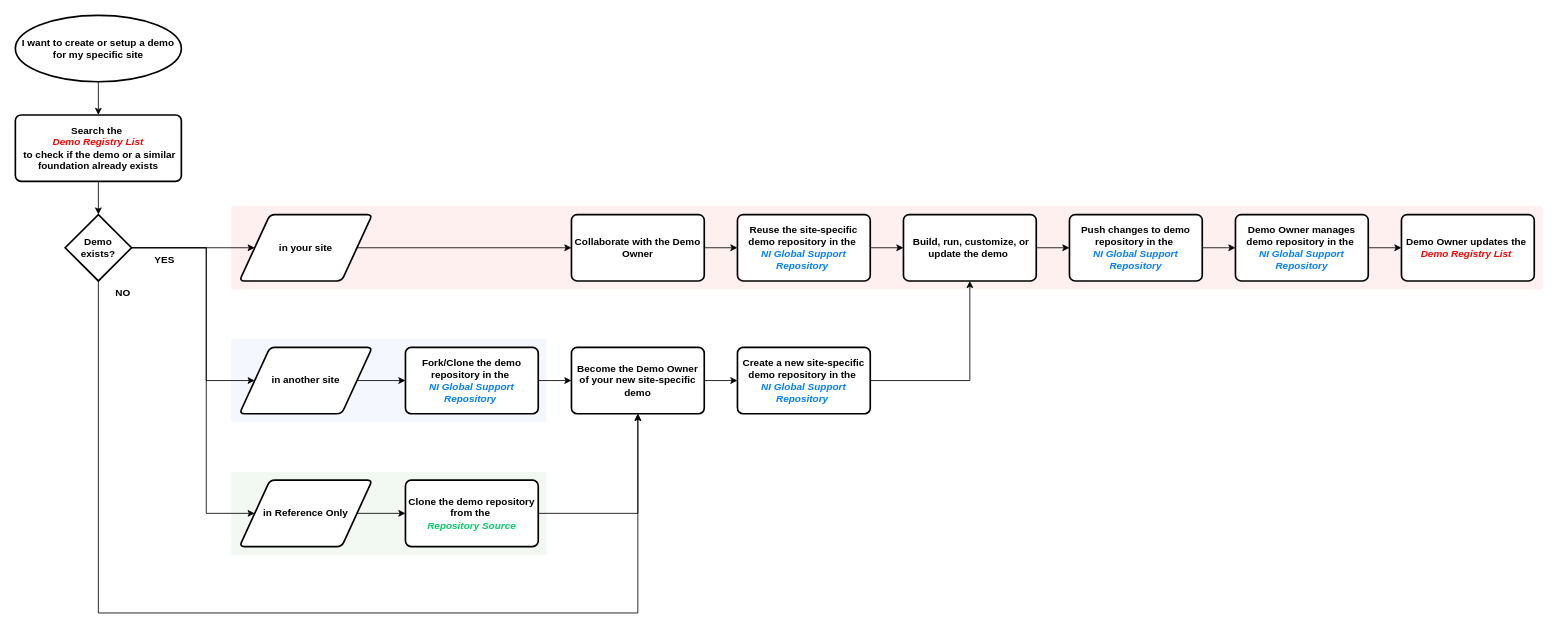
This is demo_standardization_workflow-2.drawio from ktlim-xy/draw-io, a draw.io file, before an edit. Source tidied: cells renumbered, new cells numbered last; positions are measured from the earlier drawing's top-left corner, leaving out a move shared by most shapes. Both pictures are drawn from the tidied source at 83%, with x=0, y=0 at pixel (15, 15).
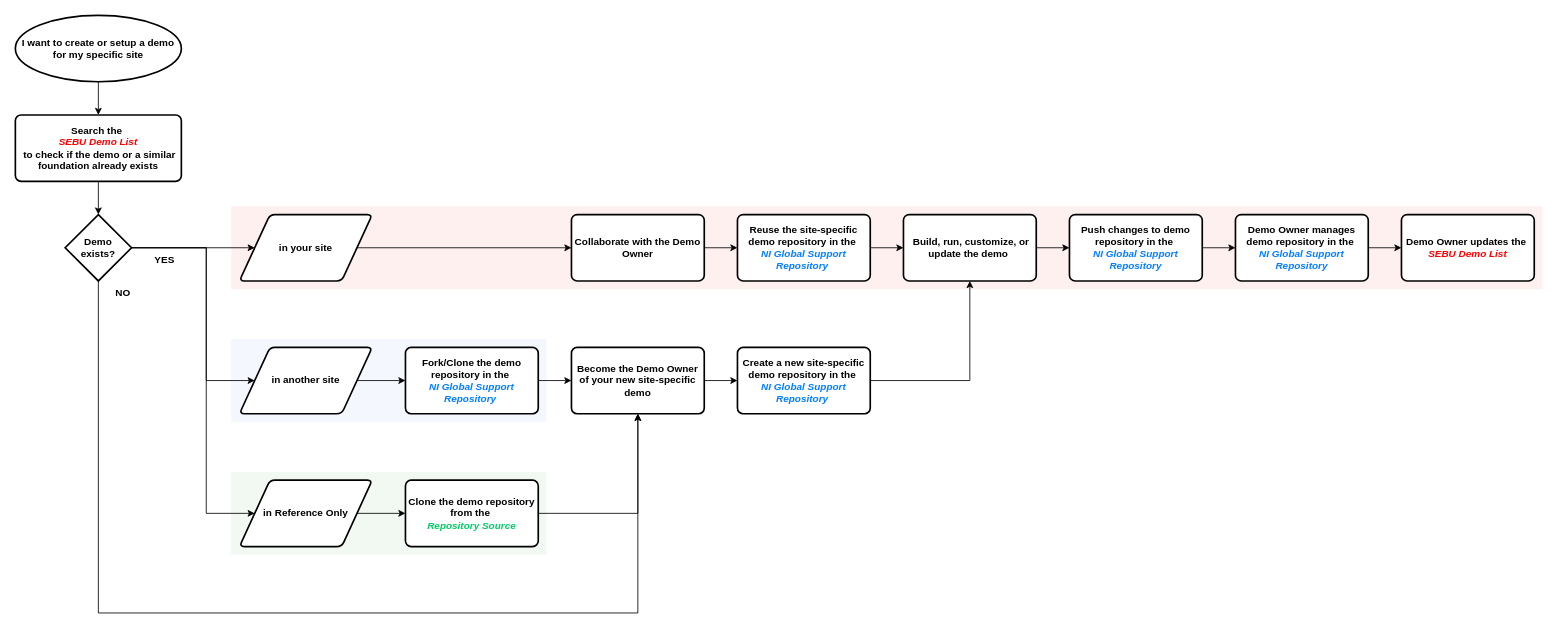
Above is the later version.

What changed in the source:
```diff
@@
-    <mxCell id="7" value="&lt;font&gt;&lt;b&gt;Search the&amp;nbsp;&lt;/b&gt;&lt;/font&gt;&lt;div&gt;&lt;i&gt;&lt;b&gt;&lt;font style=&quot;color: rgb(255, 0, 0);&quot;&gt;Demo Registry List&lt;/font&gt;&lt;/b&gt;&lt;/i&gt;&lt;/div&gt;&lt;div&gt;&lt;font&gt;&lt;b&gt;&amp;nbsp;to check if the demo or a similar foundation already exists&lt;/b&gt;&lt;/font&gt;&lt;/div&gt;" style="rounded=1;whiteSpace=wrap;html=1;absoluteArcSize=1;arcSize=14;strokeWidth=2;" parent="1" vertex="1">
+    <mxCell id="7" value="&lt;font&gt;&lt;b&gt;Search the&amp;nbsp;&lt;/b&gt;&lt;/font&gt;&lt;div&gt;&lt;i&gt;&lt;b&gt;&lt;font style=&quot;color: rgb(255, 0, 0);&quot;&gt;SEBU Demo List&lt;/font&gt;&lt;/b&gt;&lt;/i&gt;&lt;/div&gt;&lt;div&gt;&lt;font&gt;&lt;b&gt;&amp;nbsp;to check if the demo or a similar foundation already exists&lt;/b&gt;&lt;/font&gt;&lt;/div&gt;" style="rounded=1;whiteSpace=wrap;html=1;absoluteArcSize=1;arcSize=14;strokeWidth=2;" parent="1" vertex="1">
       <mxGeometry y="120" width="200" height="80" as="geometry" />
     </mxCell>
@@
-    <mxCell id="23" value="&lt;b&gt;Demo Owner updates the&amp;nbsp;&lt;/b&gt;&lt;div&gt;&lt;b&gt;&lt;i&gt;&lt;font style=&quot;color: rgb(255, 0, 0);&quot;&gt;Demo Registry List&amp;nbsp;&lt;/font&gt;&lt;/i&gt;&lt;/b&gt;&lt;/div&gt;" style="rounded=1;whiteSpace=wrap;html=1;absoluteArcSize=1;arcSize=14;strokeWidth=2;" parent="1" vertex="1">
+    <mxCell id="23" value="&lt;b&gt;Demo Owner updates the&amp;nbsp;&lt;/b&gt;&lt;div&gt;&lt;b&gt;&lt;i&gt;&lt;font style=&quot;color: rgb(255, 0, 0);&quot;&gt;SEBU Demo List&lt;/font&gt;&lt;/i&gt;&lt;/b&gt;&lt;/div&gt;" style="rounded=1;whiteSpace=wrap;html=1;absoluteArcSize=1;arcSize=14;strokeWidth=2;" parent="1" vertex="1">
       <mxGeometry x="1670" y="240" width="160" height="80" as="geometry" />
     </mxCell>
```
